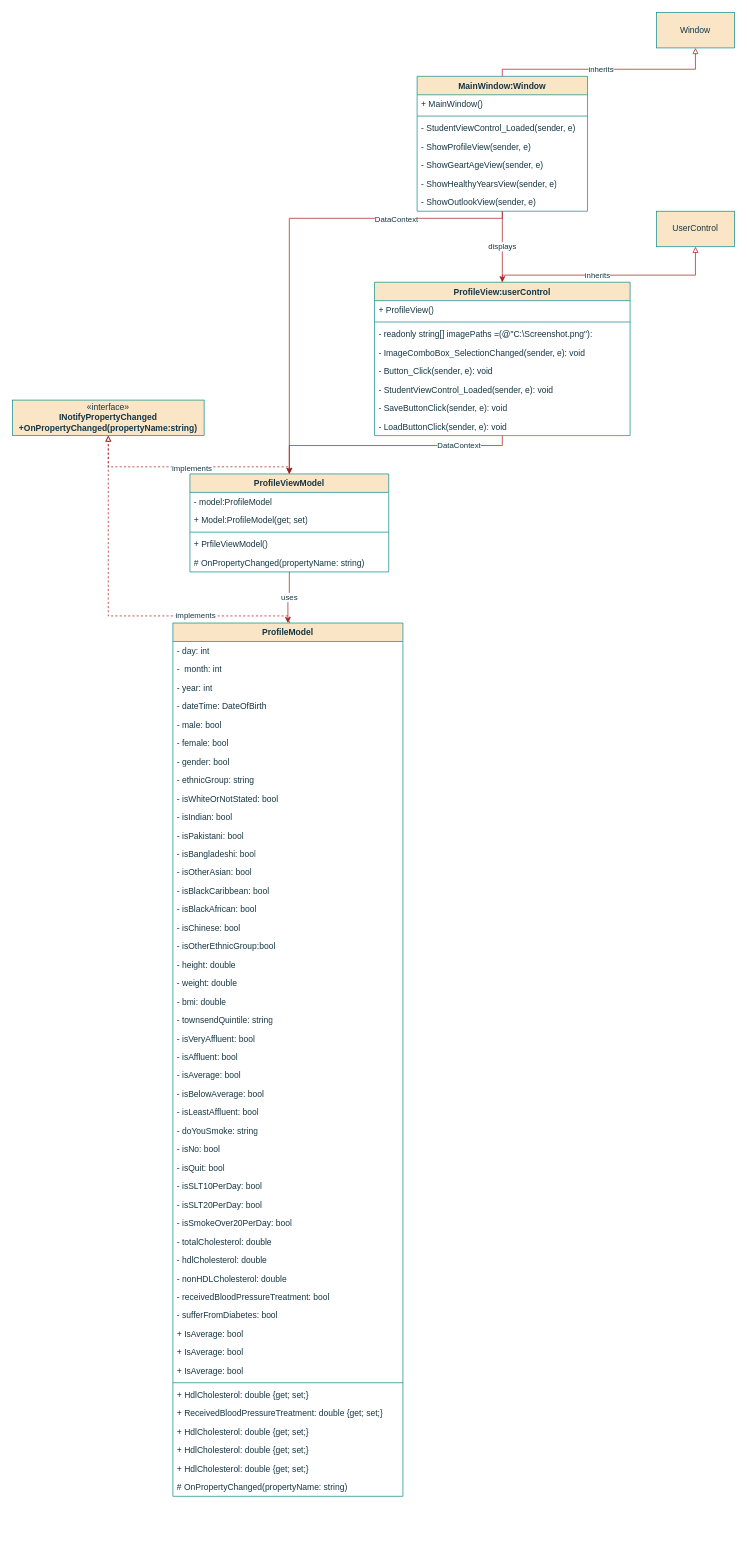
PythonPokemon/Draw.io keeps this draw.io diagram as Klassendiagramm.drawio. Above is the earlier version. Source tidied: cells renumbered, new cells numbered last; positions are measured from the earlier drawing's top-left corner, leaving out a move shared by most shapes. Both pictures are drawn from the tidied source at 71%, with x=0, y=0 at pixel (12, 12).
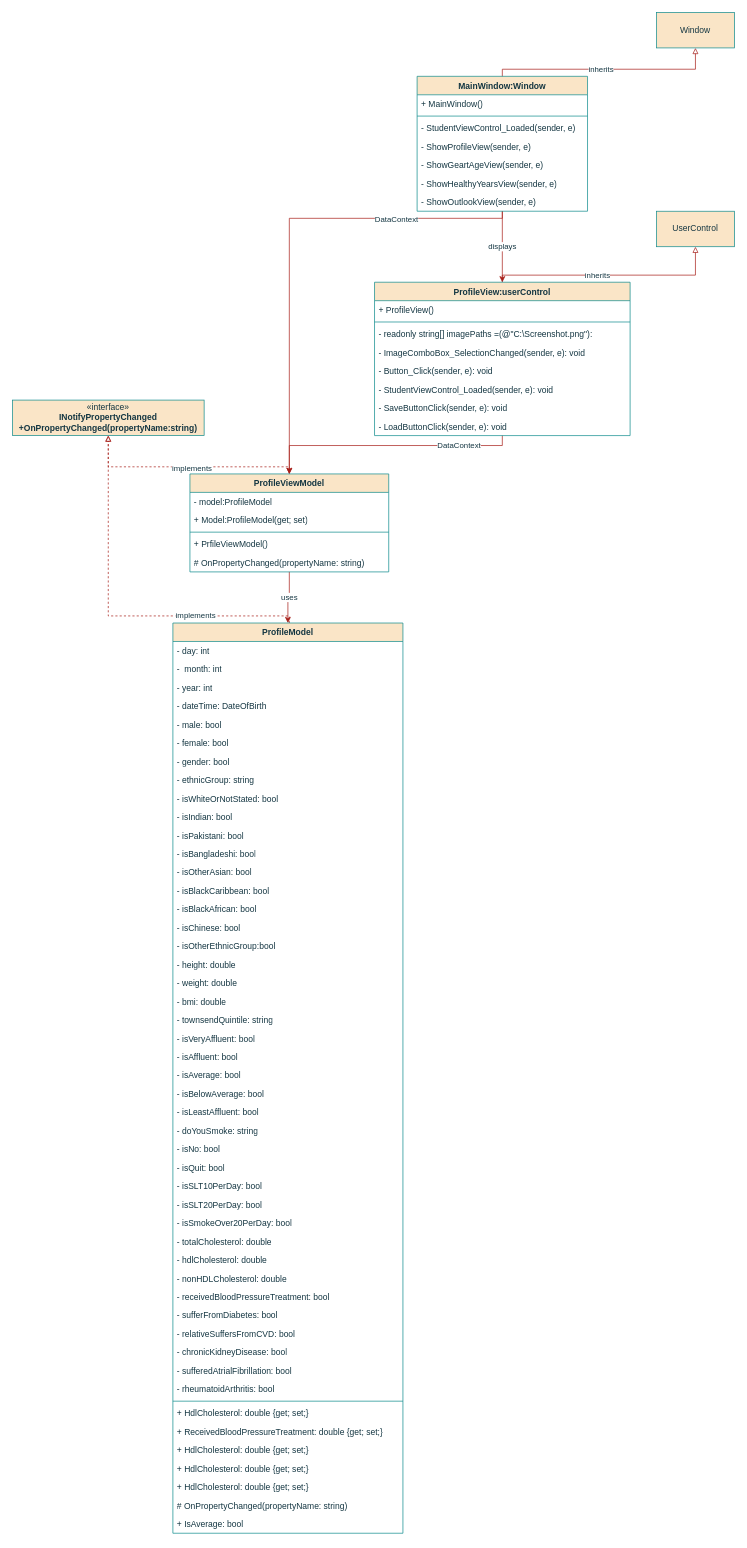
The same page after the edit.

The edit, as a diff of the source:
```diff
@@
     <mxCell id="34" value="ProfileModel" style="swimlane;fontStyle=1;align=center;verticalAlign=top;horizontal=1;startSize=26;whiteSpace=wrap;html=1;labelBackgroundColor=none;fillColor=#FAE5C7;strokeColor=#0F8B8D;fontColor=#143642;" parent="1" vertex="1">
-      <mxGeometry x="226" y="860" width="324" height="1230" as="geometry" />
+      <mxGeometry x="226" y="860" width="324" height="1282" as="geometry" />
     </mxCell>
@@
-    <mxCell id="72" value="+ IsAverage: bool" style="text;strokeColor=none;fillColor=none;align=left;verticalAlign=top;spacingLeft=4;spacingRight=4;overflow=hidden;whiteSpace=wrap;html=1;labelBackgroundColor=none;fontColor=#143642;" parent="34" vertex="1">
+    <mxCell id="72" value="- relativeSuffersFromCVD: bool" style="text;strokeColor=none;fillColor=none;align=left;verticalAlign=top;spacingLeft=4;spacingRight=4;overflow=hidden;whiteSpace=wrap;html=1;labelBackgroundColor=none;fontColor=#143642;" parent="34" vertex="1">
       <mxGeometry y="988" width="324" height="26" as="geometry" />
     </mxCell>
-    <mxCell id="73" value="+ IsAverage: bool" style="text;strokeColor=none;fillColor=none;align=left;verticalAlign=top;spacingLeft=4;spacingRight=4;overflow=hidden;whiteSpace=wrap;html=1;labelBackgroundColor=none;fontColor=#143642;" parent="34" vertex="1">
+    <mxCell id="73" value="- chronicKidneyDisease: bool" style="text;strokeColor=none;fillColor=none;align=left;verticalAlign=top;spacingLeft=4;spacingRight=4;overflow=hidden;whiteSpace=wrap;html=1;labelBackgroundColor=none;fontColor=#143642;" parent="34" vertex="1">
       <mxGeometry y="1014" width="324" height="26" as="geometry" />
     </mxCell>
-    <mxCell id="74" value="+ IsAverage: bool" style="text;strokeColor=none;fillColor=none;align=left;verticalAlign=top;spacingLeft=4;spacingRight=4;overflow=hidden;whiteSpace=wrap;html=1;labelBackgroundColor=none;fontColor=#143642;" parent="34" vertex="1">
+    <mxCell id="74" value="- sufferedAtrialFibrillation: bool" style="text;strokeColor=none;fillColor=none;align=left;verticalAlign=top;spacingLeft=4;spacingRight=4;overflow=hidden;whiteSpace=wrap;html=1;labelBackgroundColor=none;fontColor=#143642;" parent="34" vertex="1">
       <mxGeometry y="1040" width="324" height="26" as="geometry" />
     </mxCell>
+    <mxCell id="93" value="- rheumatoidArthritis: bool" style="text;strokeColor=none;fillColor=none;align=left;verticalAlign=top;spacingLeft=4;spacingRight=4;overflow=hidden;whiteSpace=wrap;html=1;labelBackgroundColor=none;fontColor=#143642;" parent="34" vertex="1">
+      <mxGeometry y="1066" width="324" height="26" as="geometry" />
+    </mxCell>
     <mxCell id="75" style="line;strokeWidth=1;fillColor=none;align=left;verticalAlign=middle;spacingTop=-1;spacingLeft=3;spacingRight=3;labelPosition=right;strokeColor=#0F8B8D;labelBackgroundColor=none;fontColor=#143642;" parent="34" vertex="1">
-      <mxGeometry y="1066" width="324" height="8" as="geometry" />
+      <mxGeometry y="1092" width="324" height="8" as="geometry" />
     </mxCell>
     <mxCell id="76" value="+ HdlCholesterol: double {get; set;}" style="text;strokeColor=none;fillColor=none;align=left;verticalAlign=top;spacingLeft=4;spacingRight=4;overflow=hidden;whiteSpace=wrap;html=1;labelBackgroundColor=none;fontColor=#143642;" parent="34" vertex="1">
-      <mxGeometry y="1074" width="324" height="26" as="geometry" />
+      <mxGeometry y="1100" width="324" height="26" as="geometry" />
     </mxCell>
     <mxCell id="77" value="+ ReceivedBloodPressureTreatment: double {get; set;}" style="text;strokeColor=none;fillColor=none;align=left;verticalAlign=top;spacingLeft=4;spacingRight=4;overflow=hidden;whiteSpace=wrap;html=1;labelBackgroundColor=none;fontColor=#143642;" parent="34" vertex="1">
-      <mxGeometry y="1100" width="324" height="26" as="geometry" />
+      <mxGeometry y="1126" width="324" height="26" as="geometry" />
     </mxCell>
     <mxCell id="78" value="+ HdlCholesterol: double {get; set;}" style="text;strokeColor=none;fillColor=none;align=left;verticalAlign=top;spacingLeft=4;spacingRight=4;overflow=hidden;whiteSpace=wrap;html=1;labelBackgroundColor=none;fontColor=#143642;" parent="34" vertex="1">
-      <mxGeometry y="1126" width="324" height="26" as="geometry" />
+      <mxGeometry y="1152" width="324" height="26" as="geometry" />
     </mxCell>
     <mxCell id="79" value="+ HdlCholesterol: double {get; set;}" style="text;strokeColor=none;fillColor=none;align=left;verticalAlign=top;spacingLeft=4;spacingRight=4;overflow=hidden;whiteSpace=wrap;html=1;labelBackgroundColor=none;fontColor=#143642;" parent="34" vertex="1">
-      <mxGeometry y="1152" width="324" height="26" as="geometry" />
+      <mxGeometry y="1178" width="324" height="26" as="geometry" />
     </mxCell>
     <mxCell id="80" value="+ HdlCholesterol: double {get; set;}" style="text;strokeColor=none;fillColor=none;align=left;verticalAlign=top;spacingLeft=4;spacingRight=4;overflow=hidden;whiteSpace=wrap;html=1;labelBackgroundColor=none;fontColor=#143642;" parent="34" vertex="1">
-      <mxGeometry y="1178" width="324" height="26" as="geometry" />
+      <mxGeometry y="1204" width="324" height="26" as="geometry" />
     </mxCell>
     <mxCell id="81" value="#&amp;nbsp;OnPropertyChanged(propertyName: string)" style="text;strokeColor=none;fillColor=none;align=left;verticalAlign=top;spacingLeft=4;spacingRight=4;overflow=hidden;whiteSpace=wrap;html=1;labelBackgroundColor=none;fontColor=#143642;" parent="34" vertex="1">
-      <mxGeometry y="1204" width="324" height="26" as="geometry" />
+      <mxGeometry y="1230" width="324" height="26" as="geometry" />
     </mxCell>
+    <mxCell id="94" value="+ IsAverage: bool" style="text;strokeColor=none;fillColor=none;align=left;verticalAlign=top;spacingLeft=4;spacingRight=4;overflow=hidden;whiteSpace=wrap;html=1;labelBackgroundColor=none;fontColor=#143642;" parent="34" vertex="1">
+      <mxGeometry y="1256" width="324" height="26" as="geometry" />
+    </mxCell>
```
